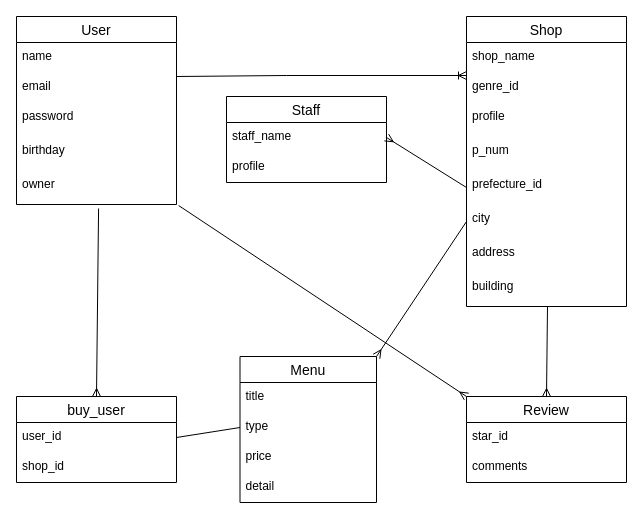
kazutoichikawa/rest-32531 keeps this draw.io diagram as ER.dio. Above is the earlier version. Source tidied: cells renumbered, new cells numbered last; positions are measured from the earlier drawing's top-left corner, leaving out a move shared by most shapes. Both pictures are drawn from the tidied source at 100%, with x=0, y=0 at pixel (16, 16).
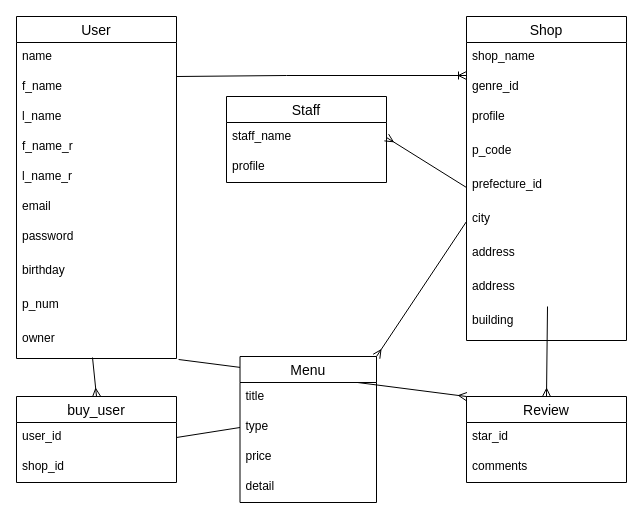
The same diagram, later.

The change refers to these unchanged cells:
```xml
<mxCell id="21" value="buy_user" style="swimlane;fontStyle=0;horizontal=1;startSize=26;align=center;fontSize=14;" parent="1" vertex="1">
  <mxGeometry y="380" width="160" height="86" as="geometry" />
</mxCell>
```

Change to the diagram source:
```diff
@@
     <mxCell id="2" value="User" style="swimlane;fontStyle=0;horizontal=1;startSize=26;align=center;fontSize=14;" parent="1" vertex="1">
-      <mxGeometry width="160" height="188" as="geometry" />
+      <mxGeometry width="160" height="342" as="geometry" />
     </mxCell>
@@
+    <mxCell id="38" value="f_name&#10;" style="text;strokeColor=none;fillColor=none;spacingLeft=4;spacingRight=4;overflow=hidden;fontSize=12;" parent="2" vertex="1">
+      <mxGeometry y="56" width="160" height="30" as="geometry" />
+    </mxCell>
+    <mxCell id="39" value="l_name&#10;" style="text;strokeColor=none;fillColor=none;spacingLeft=4;spacingRight=4;overflow=hidden;fontSize=12;" parent="2" vertex="1">
+      <mxGeometry y="86" width="160" height="30" as="geometry" />
+    </mxCell>
+    <mxCell id="40" value="f_name_r&#10;" style="text;strokeColor=none;fillColor=none;spacingLeft=4;spacingRight=4;overflow=hidden;fontSize=12;" parent="2" vertex="1">
+      <mxGeometry y="116" width="160" height="30" as="geometry" />
+    </mxCell>
+    <mxCell id="41" value="l_name_r&#10;" style="text;strokeColor=none;fillColor=none;spacingLeft=4;spacingRight=4;overflow=hidden;fontSize=12;" parent="2" vertex="1">
+      <mxGeometry y="146" width="160" height="30" as="geometry" />
+    </mxCell>
     <mxCell id="4" value="email" style="text;strokeColor=none;fillColor=none;spacingLeft=4;spacingRight=4;overflow=hidden;fontSize=12;" parent="2" vertex="1">
-      <mxGeometry y="56" width="160" height="30" as="geometry" />
+      <mxGeometry y="176" width="160" height="30" as="geometry" />
     </mxCell>
     <mxCell id="5" value="password" style="text;strokeColor=none;fillColor=none;spacingLeft=4;spacingRight=4;overflow=hidden;fontSize=12;" parent="2" vertex="1">
-      <mxGeometry y="86" width="160" height="34" as="geometry" />
+      <mxGeometry y="206" width="160" height="34" as="geometry" />
     </mxCell>
     <mxCell id="6" value="birthday" style="text;strokeColor=none;fillColor=none;spacingLeft=4;spacingRight=4;overflow=hidden;fontSize=12;" parent="2" vertex="1">
-      <mxGeometry y="120" width="160" height="34" as="geometry" />
+      <mxGeometry y="240" width="160" height="34" as="geometry" />
     </mxCell>
+    <mxCell id="42" value="p_num" style="text;strokeColor=none;fillColor=none;spacingLeft=4;spacingRight=4;overflow=hidden;fontSize=12;" parent="2" vertex="1">
+      <mxGeometry y="274" width="160" height="34" as="geometry" />
+    </mxCell>
     <mxCell id="7" value="owner" style="text;strokeColor=none;fillColor=none;spacingLeft=4;spacingRight=4;overflow=hidden;points=[[0,0.5],[1,0.5]];portConstraint=eastwest;fontSize=12;" parent="2" vertex="1">
-      <mxGeometry y="154" width="160" height="34" as="geometry" />
+      <mxGeometry y="308" width="160" height="34" as="geometry" />
     </mxCell>
     <mxCell id="8" value="Shop" style="swimlane;fontStyle=0;horizontal=1;startSize=26;align=center;fontSize=14;" parent="1" vertex="1">
-      <mxGeometry x="450" width="160" height="290" as="geometry" />
+      <mxGeometry x="450" width="160" height="324" as="geometry" />
     </mxCell>
@@
-    <mxCell id="12" value="p_num" style="text;strokeColor=none;fillColor=none;spacingLeft=4;spacingRight=4;overflow=hidden;fontSize=12;" parent="8" vertex="1">
+    <mxCell id="12" value="p_code" style="text;strokeColor=none;fillColor=none;spacingLeft=4;spacingRight=4;overflow=hidden;fontSize=12;" parent="8" vertex="1">
       <mxGeometry y="120" width="160" height="34" as="geometry" />
     </mxCell>
@@
+    <mxCell id="43" value="address" style="text;strokeColor=none;fillColor=none;spacingLeft=4;spacingRight=4;overflow=hidden;fontSize=12;" parent="8" vertex="1">
+      <mxGeometry y="222" width="160" height="34" as="geometry" />
+    </mxCell>
     <mxCell id="16" value="address" style="text;strokeColor=none;fillColor=none;spacingLeft=4;spacingRight=4;overflow=hidden;fontSize=12;" parent="8" vertex="1">
-      <mxGeometry y="222" width="160" height="34" as="geometry" />
+      <mxGeometry y="256" width="160" height="34" as="geometry" />
     </mxCell>
     <mxCell id="17" value="building" style="text;strokeColor=none;fillColor=none;spacingLeft=4;spacingRight=4;overflow=hidden;fontSize=12;" parent="8" vertex="1">
-      <mxGeometry y="256" width="160" height="34" as="geometry" />
+      <mxGeometry y="290" width="160" height="34" as="geometry" />
     </mxCell>
@@
-    <mxCell id="27" style="endArrow=none;html=1;rounded=0;exitX=0.5;exitY=0;exitDx=0;exitDy=0;entryX=0.513;entryY=1.118;entryDx=0;entryDy=0;startArrow=ERmany;startFill=0;entryPerimeter=0;" parent="1" edge="1" source="21" target="7">
+    <mxCell id="27" style="endArrow=none;html=1;rounded=0;exitX=0.5;exitY=0;exitDx=0;exitDy=0;entryX=0.475;entryY=0.971;entryDx=0;entryDy=0;startArrow=ERmany;startFill=0;entryPerimeter=0;" parent="1" edge="1" source="21" target="7">
       <mxGeometry relative="1" as="geometry" />
     </mxCell>
```
